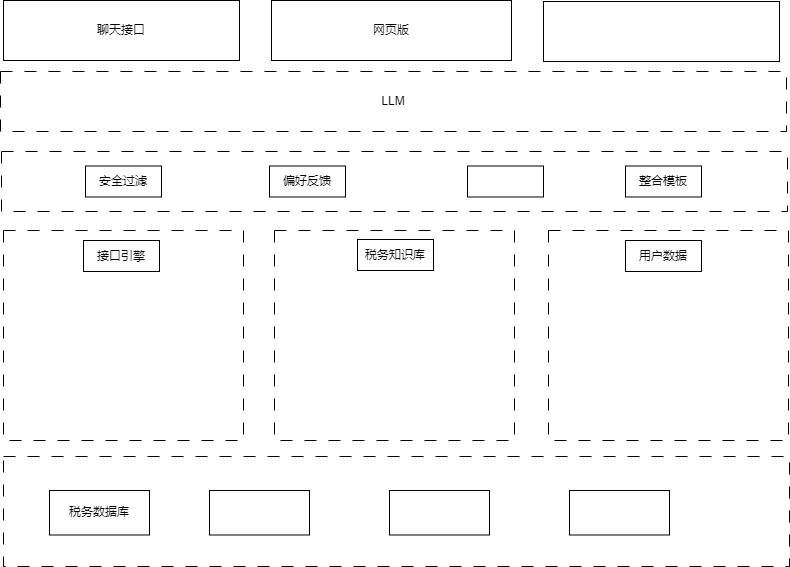
This is framework.png from Ayo616/YanTrade, a draw.io export, as it was before one commit. Source tidied: cells renumbered, new cells last; positions are measured from the earlier drawing's top-left corner, leaving out a move shared by most shapes.
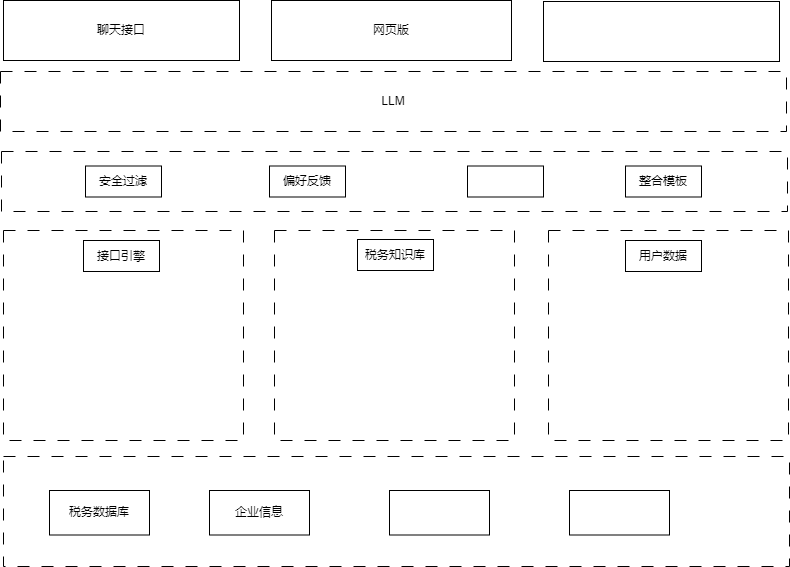
The same file after the commit.

Change to the diagram source:
```diff
@@ -38,7 +38,7 @@
     <mxCell id="13" value="税务数据库" style="rounded=0;whiteSpace=wrap;html=1;" parent="1" vertex="1">
       <mxGeometry x="49" y="490" width="100" height="44.5" as="geometry" />
     </mxCell>
-    <mxCell id="14" style="rounded=0;whiteSpace=wrap;html=1;" parent="1" vertex="1">
+    <mxCell id="14" value="企业信息" style="rounded=0;whiteSpace=wrap;html=1;" parent="1" vertex="1">
       <mxGeometry x="209" y="490" width="100" height="44.5" as="geometry" />
     </mxCell>
     <mxCell id="15" style="rounded=0;whiteSpace=wrap;html=1;" parent="1" vertex="1">
```
